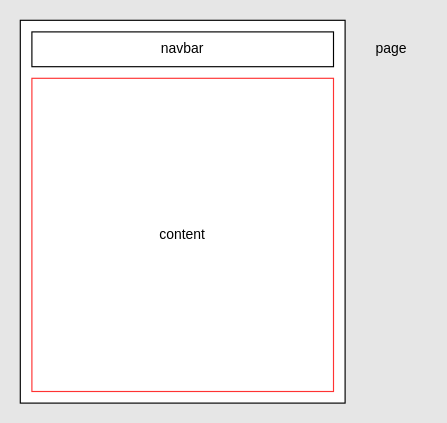
This is src/resource/intro.drawio from qinoho/uniapp, a draw.io file, before an edit. Source tidied: cells renumbered, new cells numbered last; positions are measured from the earlier drawing's top-left corner, leaving out a move shared by most shapes. Both pictures are drawn from the tidied source at 116%, with x=0, y=0 at pixel (20, 20).
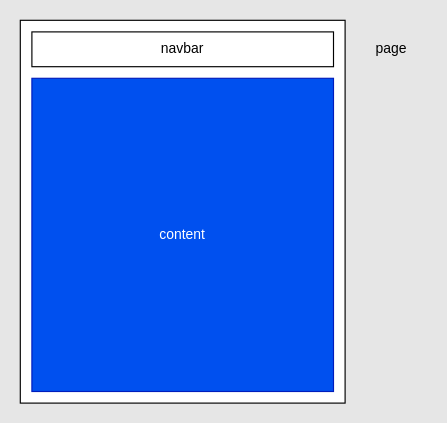
The same diagram, later.

The edit, as a diff of the source:
```diff
@@
 <mxGraphModel background="#E6E6E6">
   <root>
     <mxCell id="0" />
     <mxCell id="1" parent="0" />
     <mxCell id="2" style="rounded=0;whiteSpace=wrap;html=1;" parent="1" vertex="1">
       <mxGeometry width="280" height="330" as="geometry" />
     </mxCell>
     <mxCell id="3" value="page" style="text;html=1;align=center;verticalAlign=middle;whiteSpace=wrap;rounded=0;" parent="1" vertex="1">
       <mxGeometry x="290" y="10" width="60" height="30" as="geometry" />
     </mxCell>
     <mxCell id="4" value="navbar" style="rounded=0;whiteSpace=wrap;html=1;" parent="1" vertex="1">
       <mxGeometry x="10" y="10" width="260" height="30" as="geometry" />
     </mxCell>
-    <mxCell id="5" value="content" style="rounded=0;whiteSpace=wrap;html=1;strokeColor=#FF3333;" parent="1" vertex="1">
+    <mxCell id="5" value="content" style="rounded=0;whiteSpace=wrap;html=1;strokeColor=#001DBC;fillColor=#0050ef;fontColor=#ffffff;" parent="1" vertex="1">
       <mxGeometry x="10" y="50" width="260" height="270" as="geometry" />
     </mxCell>
   </root>
 </mxGraphModel>
```
